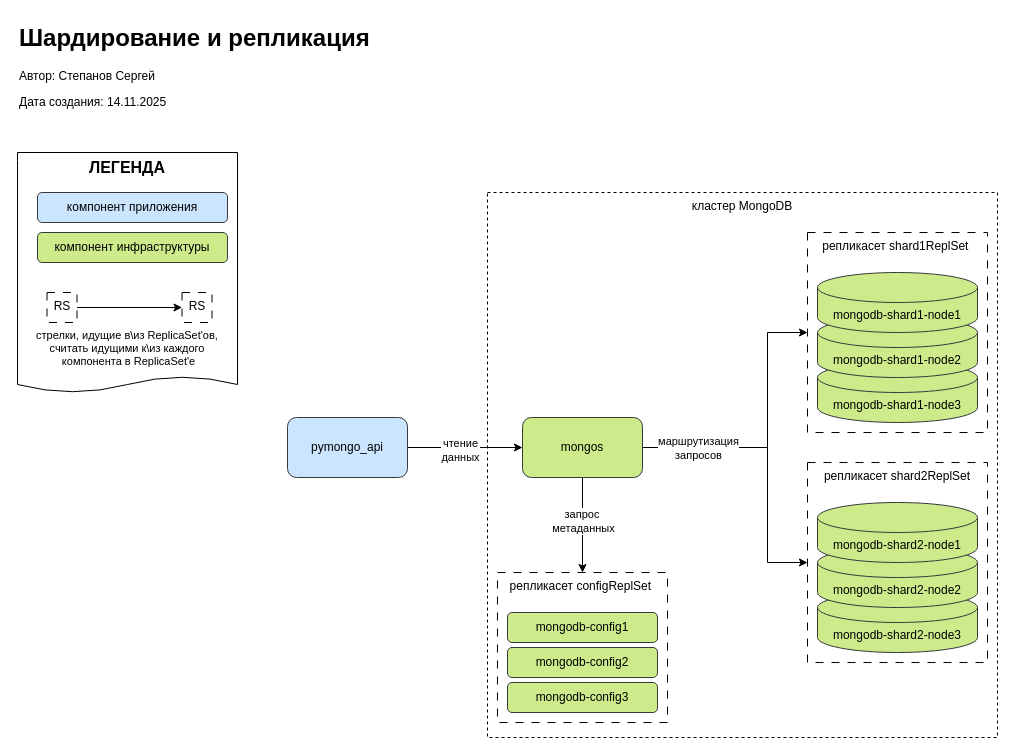
Above: page "replication" (2 of 5) of bf_sharding.drawio in MorKaragh/drawings (draw.io), before the change. Source tidied: cells renumbered, new cells numbered last; positions are measured from the earlier drawing's top-left corner, leaving out a move shared by most shapes. Both pictures are drawn from the tidied source at 100%, with x=0, y=0 at pixel (17, 17).
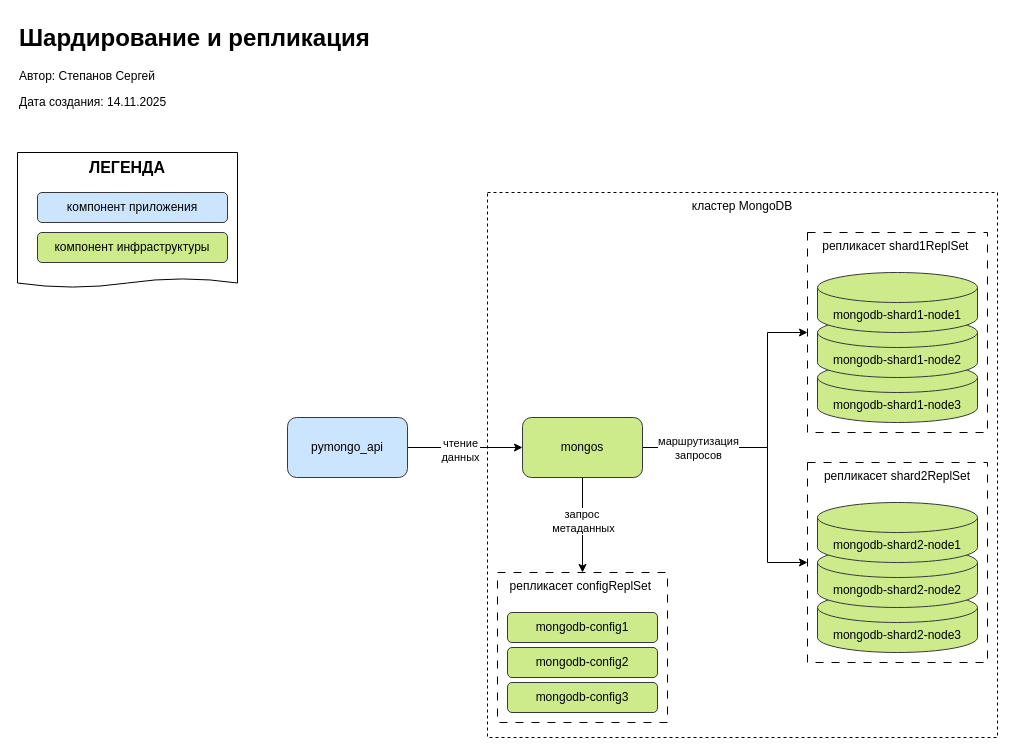
The same page after the edit.

Change to the diagram source:
```diff
@@
     <mxCell id="25" style="shape=document;whiteSpace=wrap;html=1;boundedLbl=1;size=0.06666666666666667;" parent="1" vertex="1">
-      <mxGeometry y="135" width="220" height="240" as="geometry" />
+      <mxGeometry y="135" width="220" height="135" as="geometry" />
     </mxCell>
@@
-    <mxCell id="29" style="edgeStyle=orthogonalEdgeStyle;rounded=0;jettySize=auto;html=1;exitX=1;exitY=0.5;exitDx=0;exitDy=0;entryX=0;entryY=0.5;entryDx=0;entryDy=0;" parent="1" edge="1" source="31" target="32">
-      <mxGeometry relative="1" as="geometry" />
-    </mxCell>
-    <mxCell id="30" value="стрелки,&amp;nbsp;&lt;span style=&quot;background-color: light-dark(#ffffff, var(--ge-dark-color, #121212)); color: light-dark(rgb(0, 0, 0), rgb(255, 255, 255));&quot;&gt;идущие в\из ReplicaSet'ов,&amp;nbsp;&lt;/span&gt;&lt;div&gt;&lt;span style=&quot;background-color: light-dark(#ffffff, var(--ge-dark-color, #121212)); color: light-dark(rgb(0, 0, 0), rgb(255, 255, 255));&quot;&gt;считать идущими к\из каждого&amp;nbsp;&lt;/span&gt;&lt;/div&gt;&lt;div&gt;&lt;span style=&quot;background-color: light-dark(#ffffff, var(--ge-dark-color, #121212)); color: light-dark(rgb(0, 0, 0), rgb(255, 255, 255));&quot;&gt;компонента в ReplicaSet'е&lt;/span&gt;&lt;/div&gt;" style="edgeLabel;html=1;align=center;verticalAlign=middle;" parent="29" vertex="1">
-      <mxGeometry x="-0.09" y="-2" relative="1" as="geometry">
-        <mxPoint x="3" y="38" as="offset" />
-      </mxGeometry>
-    </mxCell>
-    <mxCell id="31" value="RS" style="rounded=0;whiteSpace=wrap;html=1;verticalAlign=top;dashed=1;dashPattern=8 8;" parent="1" vertex="1">
-      <mxGeometry x="29.5" y="275" width="30" height="30" as="geometry" />
-    </mxCell>
-    <mxCell id="32" value="RS" style="rounded=0;whiteSpace=wrap;html=1;verticalAlign=top;dashed=1;dashPattern=8 8;" parent="1" vertex="1">
-      <mxGeometry x="164.5" y="275" width="30" height="30" as="geometry" />
-    </mxCell>
```
